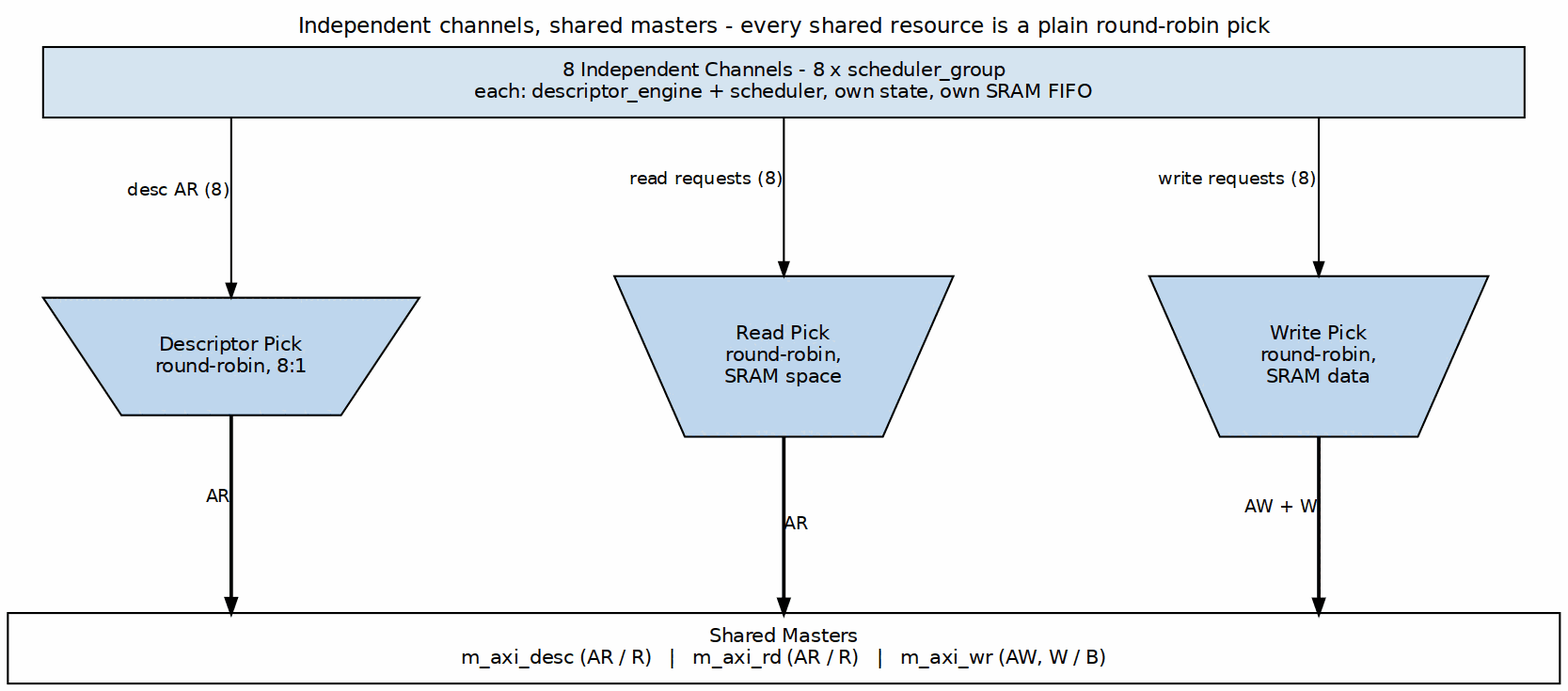
Earlier version of the Graphviz export projects/components/dma-ip/stream/docs/stream_has/assets/graphviz/ch03_channel_architecture.png (sean-galloway/RTLDesignSherpa). Its source is kept beside it as projects/components/dma-ip/stream/docs/stream_has/assets/graphviz/ch03_channel_architecture.dot.
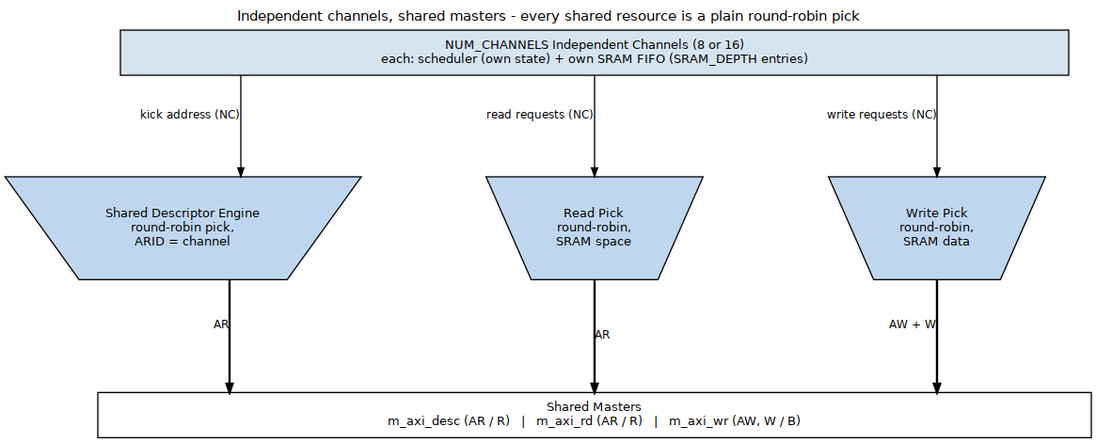
Above is the later version.

Change to the diagram source:
```diff
@@ -5,15 +5,15 @@
     node  [fontname="Helvetica", fontsize=10, shape=box, style=filled,
            fillcolor="#D6E4F0", color="black", margin="0.12,0.06"];
     edge  [fontname="Helvetica", fontsize=9, color="black", arrowsize=0.7];
-    grp [label="8 Independent Channels - 8 x scheduler_group\neach: descriptor_engine + scheduler, own state, own SRAM FIFO", width=10.5];
-    darb [label="Descriptor Pick\nround-robin, 8:1", shape=invtrapezium, width=2.4, fillcolor="#BFD7EE"];
+    grp [label="NUM_CHANNELS Independent Channels (8 or 16)\neach: scheduler (own state) + own SRAM FIFO (SRAM_DEPTH entries)", width=10.5];
+    darb [label="Shared Descriptor Engine\nround-robin pick,\nARID = channel", shape=invtrapezium, width=2.4, fillcolor="#BFD7EE"];
     rarb [label="Read Pick\nround-robin,\nSRAM space", shape=invtrapezium, width=2.4, fillcolor="#BFD7EE"];
     warb [label="Write Pick\nround-robin,\nSRAM data", shape=invtrapezium, width=2.4, fillcolor="#BFD7EE"];
     bar  [label="Shared Masters\nm_axi_desc (AR / R)   |   m_axi_rd (AR / R)   |   m_axi_wr (AW, W / B)", fillcolor="white", width=11.0];
 
-    grp -> darb [xlabel="desc AR (8)"];
-    grp -> rarb [xlabel="read requests (8)"];
-    grp -> warb [xlabel="write requests (8)"];
+    grp -> darb [xlabel="kick address (NC)"];
+    grp -> rarb [xlabel="read requests (NC)"];
+    grp -> warb [xlabel="write requests (NC)"];
     darb -> bar [xlabel="AR", penwidth=1.8];
     rarb -> bar [label="AR", penwidth=1.8];
     warb -> bar [xlabel="AW + W", penwidth=1.8];
```
